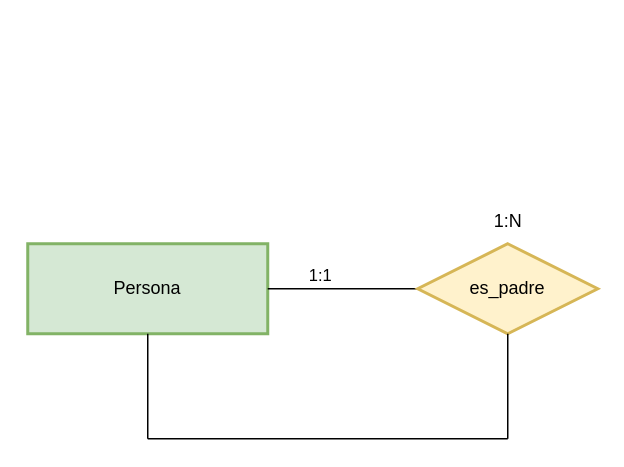
This is page "Ej4" (4 of 9) of Tareas/Tarea2/Ejercicio1.drawio from JuanManuelMM/Base-Datos, a draw.io file, before an edit. Source tidied: cells renumbered, new cells numbered last; positions are measured from the earlier drawing's top-left corner, leaving out a move shared by most shapes. Both pictures are drawn from the tidied source at 150%, with x=0, y=0 at pixel (27, 198).
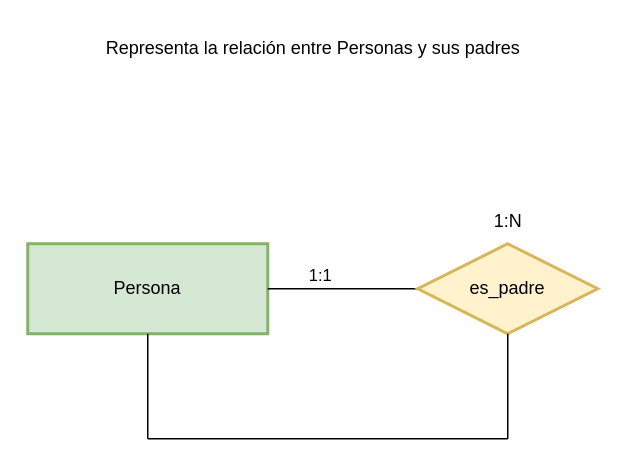
The same diagram, later.

The edit, as a diff of the source:
```diff
@@
 <mxGraphModel>
   <root>
     <mxCell id="0" />
     <mxCell id="1" parent="0" />
     <mxCell id="2" value="Persona" style="rounded=0;whiteSpace=wrap;html=1;fillColor=#d5e8d4;strokeColor=#82b366;strokeWidth=2;" parent="1" vertex="1">
       <mxGeometry y="30" width="160" height="60" as="geometry" />
     </mxCell>
     <mxCell id="3" style="endArrow=none;html=1;rounded=0;exitX=1;exitY=0.5;exitDx=0;exitDy=0;entryX=0;entryY=0.5;entryDx=0;entryDy=0;" parent="1" edge="1" source="2" target="5">
       <mxGeometry relative="1" as="geometry" />
     </mxCell>
     <mxCell id="4" value="1:1" style="edgeLabel;html=1;align=center;verticalAlign=middle;" parent="3" vertex="1">
       <mxGeometry x="-0.33" y="-1" relative="1" as="geometry">
         <mxPoint y="-11" as="offset" />
       </mxGeometry>
     </mxCell>
     <mxCell id="5" value="es_padre" style="shape=rhombus;perimeter=rhombusPerimeter;whiteSpace=wrap;html=1;align=center;strokeWidth=2;fillColor=#fff2cc;strokeColor=#d6b656;" parent="1" vertex="1">
       <mxGeometry x="260" y="30" width="120" height="60" as="geometry" />
     </mxCell>
     <mxCell id="6" value="1:N" style="text;html=1;align=center;verticalAlign=middle;strokeColor=none;fillColor=none;" parent="1" vertex="1">
       <mxGeometry x="300" width="40" height="30" as="geometry" />
     </mxCell>
     <mxCell id="7" style="endArrow=none;html=1;rounded=0;exitX=0.5;exitY=1;exitDx=0;exitDy=0;" parent="1" edge="1" source="2">
       <mxGeometry relative="1" as="geometry">
         <mxPoint x="80" y="160" as="targetPoint" />
       </mxGeometry>
     </mxCell>
     <mxCell id="8" style="endArrow=none;html=1;rounded=0;entryX=0.5;entryY=1;entryDx=0;entryDy=0;" parent="1" edge="1" target="5">
       <mxGeometry relative="1" as="geometry">
         <mxPoint x="320" y="160" as="sourcePoint" />
       </mxGeometry>
     </mxCell>
     <mxCell id="9" style="endArrow=none;html=1;rounded=0;" parent="1" edge="1">
       <mxGeometry relative="1" as="geometry">
         <mxPoint x="80" y="160" as="sourcePoint" />
         <mxPoint x="320" y="160" as="targetPoint" />
       </mxGeometry>
     </mxCell>
+    <mxCell id="10" value="Representa la relación entre Personas y sus padres" style="text;html=1;align=center;verticalAlign=middle;strokeColor=none;fillColor=none;" parent="1" vertex="1">
+      <mxGeometry x="40" y="-115" width="300" height="30" as="geometry" />
+    </mxCell>
   </root>
 </mxGraphModel>
```
